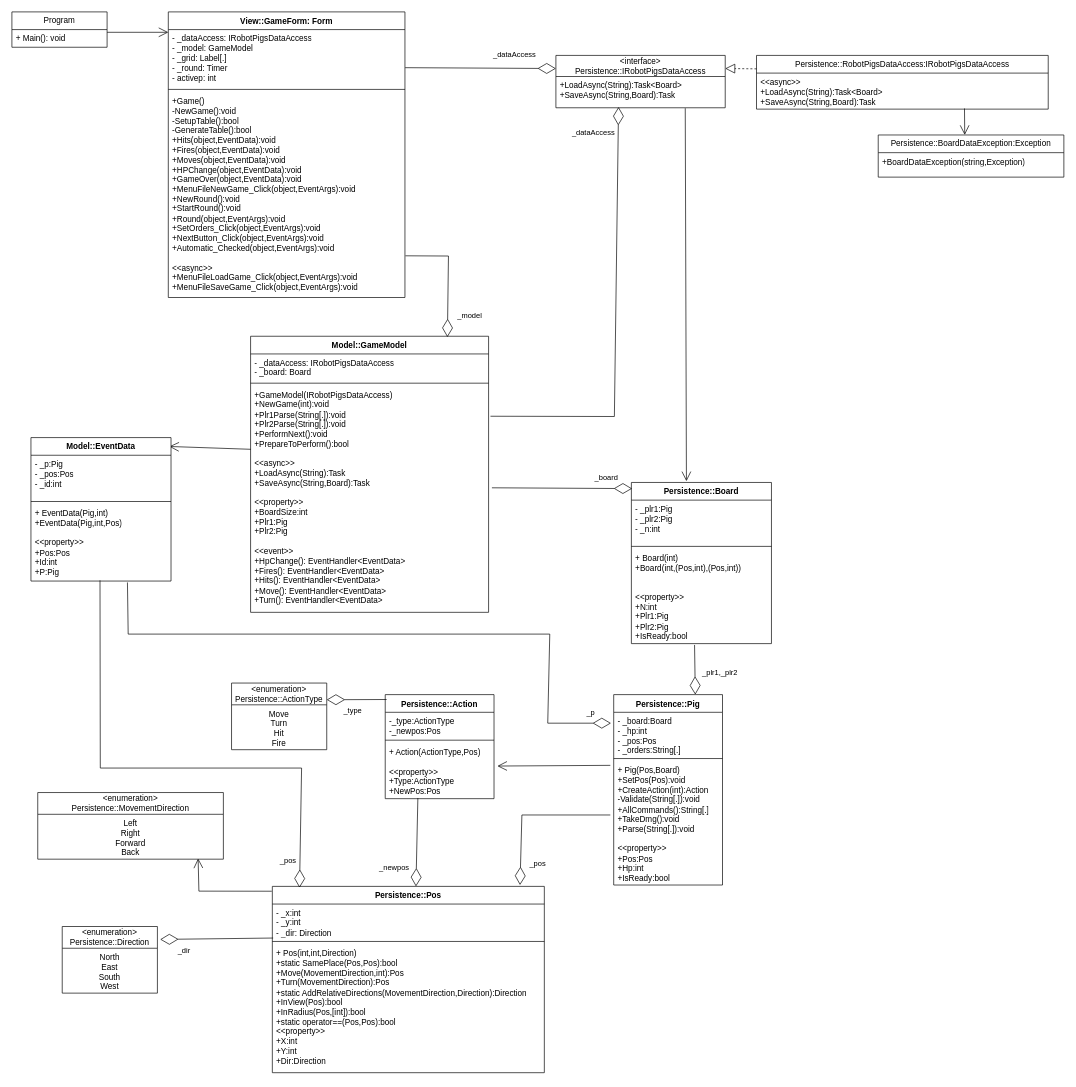
Above: DOKUMENTÁCIÓ/uml.drawio in Reun85/esemenyvezbeadando (draw.io), before the change. Source tidied: cells renumbered, new cells numbered last; positions are measured from the earlier drawing's top-left corner, leaving out a move shared by most shapes. Both pictures are drawn from the tidied source at 68%, with x=0, y=0 at pixel (12, 12).
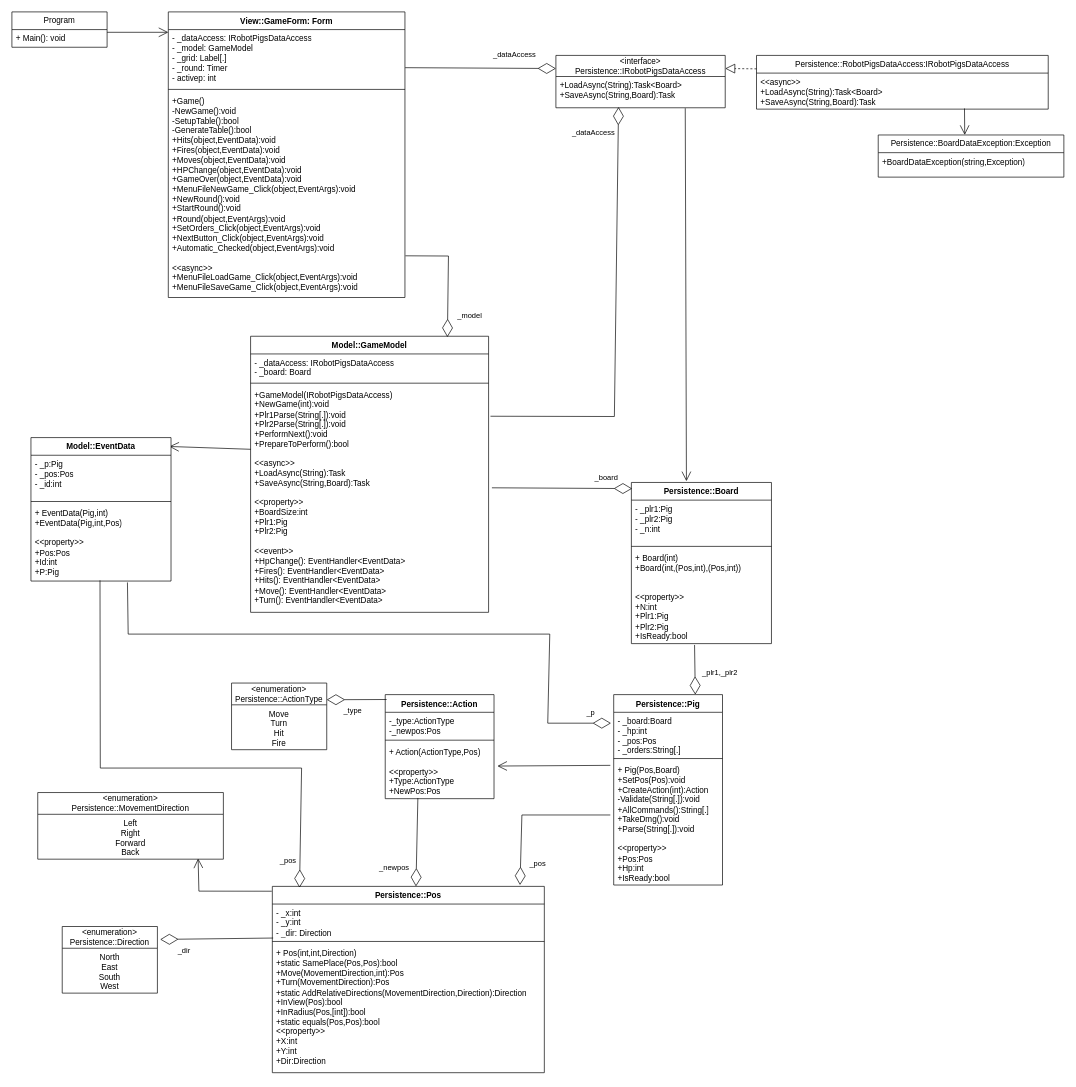
The same diagram, later.

The change refers to these unchanged cells:
```xml
<mxCell id="20" value="Persistence::Pos" style="swimlane;fontStyle=1;align=center;verticalAlign=top;horizontal=1;startSize=26;whiteSpace=wrap;html=1;" parent="1" vertex="1">
  <mxGeometry x="383" y="1286" width="400" height="274" as="geometry" />
</mxCell>
```

Change to the diagram source:
```diff
@@
-    <mxCell id="23" value="&lt;div&gt;+ Pos(int,int,Direction)&lt;/div&gt;&lt;div&gt;+static SamePlace(Pos,Pos):bool&lt;/div&gt;&lt;div&gt;+Move(MovementDirection,int):Pos&lt;/div&gt;&lt;div&gt;+Turn(MovementDirection):Pos&lt;/div&gt;&lt;div&gt;+static AddRelativeDirections(MovementDirection,Direction):Direction&lt;/div&gt;&lt;div&gt;+InView(Pos):bool&lt;/div&gt;&lt;div&gt;+InRadius(Pos,[int]):bool&lt;/div&gt;&lt;div&gt;+static operator==(Pos,Pos):bool&lt;br&gt;&lt;/div&gt;&lt;div&gt;&amp;lt;&amp;lt;property&amp;gt;&amp;gt;&lt;/div&gt;&lt;div&gt;+X:int&lt;/div&gt;&lt;div&gt;+Y:int&lt;/div&gt;&lt;div&gt;+Dir:Direction&lt;br&gt;&lt;/div&gt;" style="text;strokeColor=none;fillColor=none;align=left;verticalAlign=top;spacingLeft=4;spacingRight=4;overflow=hidden;whiteSpace=wrap;html=1;" parent="20" vertex="1">
+    <mxCell id="23" value="&lt;div&gt;+ Pos(int,int,Direction)&lt;/div&gt;&lt;div&gt;+static SamePlace(Pos,Pos):bool&lt;/div&gt;&lt;div&gt;+Move(MovementDirection,int):Pos&lt;/div&gt;&lt;div&gt;+Turn(MovementDirection):Pos&lt;/div&gt;&lt;div&gt;+static AddRelativeDirections(MovementDirection,Direction):Direction&lt;/div&gt;&lt;div&gt;+InView(Pos):bool&lt;/div&gt;&lt;div&gt;+InRadius(Pos,[int]):bool&lt;/div&gt;&lt;div&gt;+static equals(Pos,Pos):bool&lt;br&gt;&lt;/div&gt;&lt;div&gt;&amp;lt;&amp;lt;property&amp;gt;&amp;gt;&lt;/div&gt;&lt;div&gt;+X:int&lt;/div&gt;&lt;div&gt;+Y:int&lt;/div&gt;&lt;div&gt;+Dir:Direction&lt;br&gt;&lt;/div&gt;" style="text;strokeColor=none;fillColor=none;align=left;verticalAlign=top;spacingLeft=4;spacingRight=4;overflow=hidden;whiteSpace=wrap;html=1;" parent="20" vertex="1">
       <mxGeometry y="85" width="400" height="189" as="geometry" />
     </mxCell>
```
